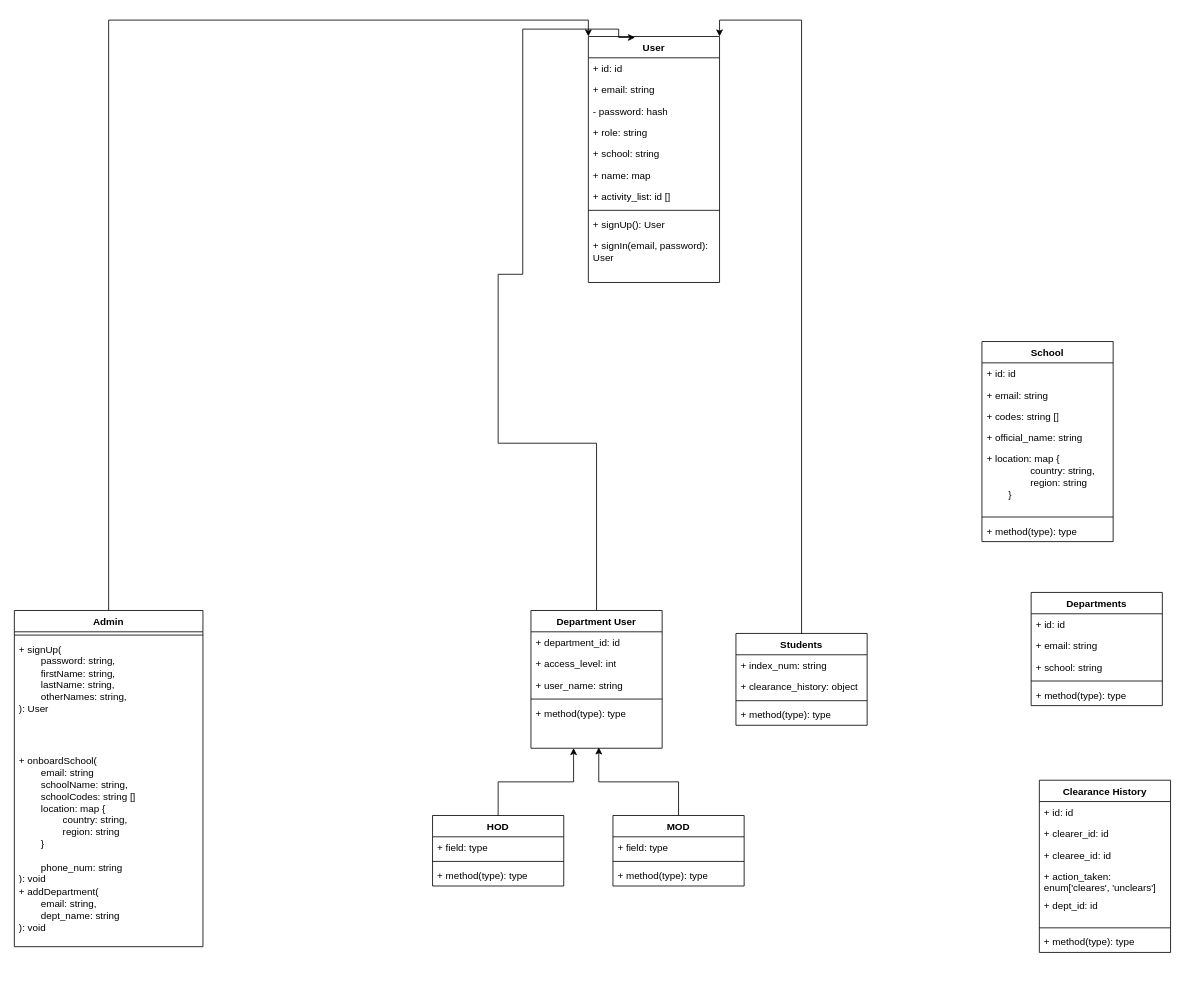
Reneboa-ITS/diagrams keeps this draw.io diagram as page "class diagramsssss" (2 of 2) of clearappuml.drawio. Above is the earlier version. Source tidied: cells renumbered, new cells numbered last; positions are measured from the earlier drawing's top-left corner, leaving out a move shared by most shapes. Both pictures are drawn from the tidied source at 82%, with x=0, y=0 at pixel (14, 29).
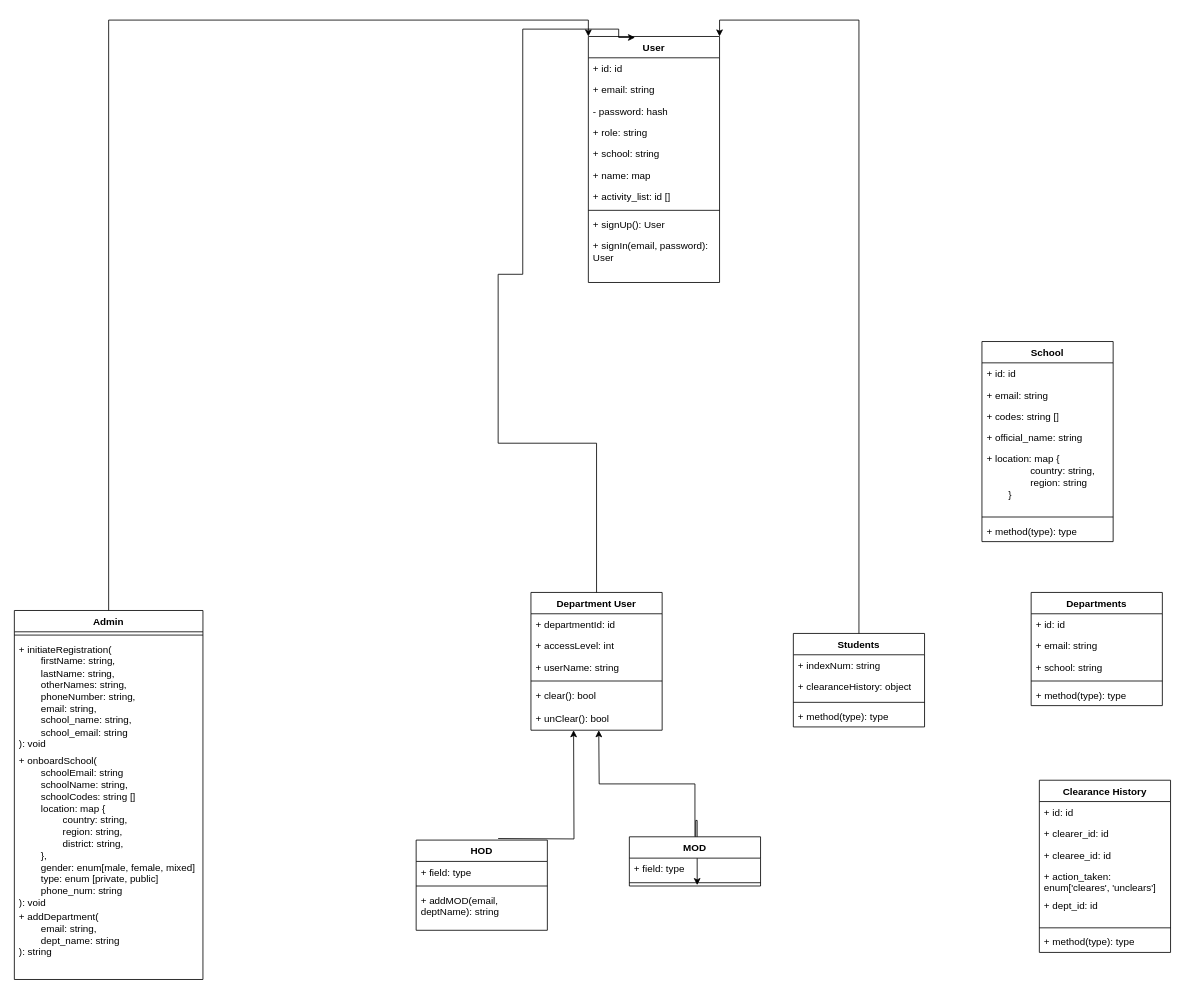
The same page after the edit.

Diff of the diagram source:
```diff
@@
     <mxCell id="13" value="Admin" style="swimlane;fontStyle=1;align=center;verticalAlign=top;horizontal=1;startSize=26;whiteSpace=wrap;html=1;" parent="1" vertex="1">
-      <mxGeometry y="709" width="230" height="410" as="geometry" />
+      <mxGeometry y="709" width="230" height="450" as="geometry" />
     </mxCell>
@@
-    <mxCell id="15" value="+ signUp(&amp;nbsp;&lt;span style=&quot;background-color: initial;&quot;&gt;&amp;nbsp;&lt;/span&gt;&lt;div&gt;&lt;div&gt;&lt;span style=&quot;white-space: pre;&quot;&gt;&#9;&lt;/span&gt;password: string,&lt;div&gt;&amp;nbsp;&lt;span style=&quot;white-space: pre;&quot;&gt;&#9;&lt;/span&gt;firstName: string,&amp;nbsp;&lt;/div&gt;&lt;div&gt;&lt;span style=&quot;white-space: pre;&quot;&gt;&#9;&lt;/span&gt;lastName: string,&lt;/div&gt;&lt;div&gt;&amp;nbsp;&lt;span style=&quot;white-space: pre;&quot;&gt;&#9;&lt;/span&gt;otherNames: string,&amp;nbsp;&lt;/div&gt;&lt;div&gt;): User&lt;/div&gt;&lt;/div&gt;&lt;/div&gt;" style="text;strokeColor=none;fillColor=none;align=left;verticalAlign=top;spacingLeft=4;spacingRight=4;overflow=hidden;whiteSpace=wrap;html=1;" parent="13" vertex="1">
+    <mxCell id="15" value="+ initiateRegistration(&amp;nbsp;&lt;span style=&quot;background-color: initial;&quot;&gt;&amp;nbsp;&lt;/span&gt;&lt;div&gt;&lt;div&gt;&amp;nbsp;&lt;span style=&quot;white-space: pre;&quot;&gt;&#9;&lt;/span&gt;firstName: string,&amp;nbsp;&lt;/div&gt;&lt;div&gt;&lt;span style=&quot;white-space: pre;&quot;&gt;&#9;&lt;/span&gt;lastName: string,&lt;/div&gt;&lt;div&gt;&amp;nbsp;&lt;span style=&quot;white-space: pre;&quot;&gt;&#9;&lt;/span&gt;otherNames: string,&lt;/div&gt;&lt;div&gt;&lt;span style=&quot;white-space: pre;&quot;&gt;&#9;&lt;/span&gt;phoneNumber: string,&lt;/div&gt;&lt;div&gt;&lt;span style=&quot;white-space: pre;&quot;&gt;&#9;&lt;/span&gt;email: string,&lt;/div&gt;&lt;div&gt;&lt;span style=&quot;white-space: pre;&quot;&gt;&#9;&lt;/span&gt;school_name: string,&lt;br&gt;&lt;/div&gt;&lt;div&gt;&lt;span style=&quot;white-space: pre;&quot;&gt;&#9;&lt;/span&gt;school_email: string&lt;br&gt;&lt;/div&gt;&lt;div&gt;): void&lt;/div&gt;&lt;/div&gt;" style="text;strokeColor=none;fillColor=none;align=left;verticalAlign=top;spacingLeft=4;spacingRight=4;overflow=hidden;whiteSpace=wrap;html=1;" parent="13" vertex="1">
       <mxGeometry y="34" width="230" height="136" as="geometry" />
     </mxCell>
-    <mxCell id="16" value="+ onboardSchool(&amp;nbsp;&lt;div&gt;&lt;span style=&quot;white-space: pre;&quot;&gt;&#9;&lt;/span&gt;email: string&lt;br&gt;&lt;div&gt;&lt;div&gt;&lt;div&gt;&amp;nbsp;&lt;span style=&quot;white-space: pre;&quot;&gt;&#9;&lt;/span&gt;schoolName: string,&amp;nbsp;&lt;/div&gt;&lt;div&gt;&lt;span style=&quot;white-space: pre;&quot;&gt;&#9;&lt;/span&gt;schoolCodes: string []&lt;/div&gt;&lt;div&gt;&lt;span style=&quot;white-space: pre;&quot;&gt;&#9;&lt;/span&gt;location: map {&lt;/div&gt;&lt;div&gt;&lt;span style=&quot;white-space: pre;&quot;&gt;&#9;&lt;span style=&quot;white-space: pre;&quot;&gt;&#9;&lt;/span&gt;c&lt;/span&gt;ountry: string,&lt;/div&gt;&lt;div&gt;&lt;span style=&quot;white-space: pre;&quot;&gt;&#9;&lt;/span&gt;&lt;span style=&quot;white-space: pre;&quot;&gt;&#9;&lt;/span&gt;region: string&lt;br&gt;&lt;/div&gt;&lt;div&gt;&lt;span style=&quot;white-space: pre;&quot;&gt;&#9;&lt;/span&gt;}&lt;br&gt;&lt;/div&gt;&lt;div&gt;&amp;nbsp;&lt;span style=&quot;white-space: pre;&quot;&gt;&#9;&lt;/span&gt;&lt;/div&gt;&lt;div&gt;&lt;span style=&quot;white-space: pre;&quot;&gt;&#9;&lt;/span&gt;phone_num: string&amp;nbsp;&lt;/div&gt;&lt;div&gt;): void&lt;/div&gt;&lt;/div&gt;&lt;/div&gt;&lt;/div&gt;" style="text;strokeColor=none;fillColor=none;align=left;verticalAlign=top;spacingLeft=4;spacingRight=4;overflow=hidden;whiteSpace=wrap;html=1;" parent="13" vertex="1">
-      <mxGeometry y="170" width="230" height="160" as="geometry" />
+    <mxCell id="16" value="+ onboardSchool(&amp;nbsp;&lt;div&gt;&lt;span style=&quot;white-space: pre;&quot;&gt;&#9;&lt;/span&gt;schoolEmail: string&lt;br&gt;&lt;div&gt;&lt;div&gt;&lt;div&gt;&amp;nbsp;&lt;span style=&quot;white-space: pre;&quot;&gt;&#9;&lt;/span&gt;schoolName: string,&amp;nbsp;&lt;/div&gt;&lt;div&gt;&lt;span style=&quot;white-space: pre;&quot;&gt;&#9;&lt;/span&gt;schoolCodes: string []&lt;/div&gt;&lt;div&gt;&lt;span style=&quot;white-space: pre;&quot;&gt;&#9;&lt;/span&gt;location: map {&lt;/div&gt;&lt;div&gt;&lt;span style=&quot;white-space: pre;&quot;&gt;&#9;&lt;span style=&quot;white-space: pre;&quot;&gt;&#9;&lt;/span&gt;c&lt;/span&gt;ountry: string,&lt;/div&gt;&lt;div&gt;&lt;span style=&quot;white-space: pre;&quot;&gt;&#9;&lt;/span&gt;&lt;span style=&quot;white-space: pre;&quot;&gt;&#9;&lt;/span&gt;region: string,&lt;br&gt;&lt;/div&gt;&lt;div&gt;&lt;span style=&quot;white-space: pre;&quot;&gt;&#9;&lt;/span&gt;&lt;span style=&quot;white-space: pre;&quot;&gt;&#9;&lt;/span&gt;district: string,&lt;br&gt;&lt;/div&gt;&lt;div&gt;&lt;span style=&quot;white-space: pre;&quot;&gt;&#9;&lt;/span&gt;},&lt;br&gt;&lt;/div&gt;&lt;div&gt;&lt;span style=&quot;white-space: pre;&quot;&gt;&#9;&lt;/span&gt;gender: enum[male, female, mixed]&lt;/div&gt;&lt;div&gt;&amp;nbsp;&lt;span style=&quot;white-space: pre;&quot;&gt;&#9;&lt;/span&gt;type: enum [private, public]&lt;/div&gt;&lt;div&gt;&lt;span style=&quot;white-space: pre;&quot;&gt;&#9;&lt;/span&gt;phone_num: string&amp;nbsp;&lt;/div&gt;&lt;div&gt;): void&lt;/div&gt;&lt;/div&gt;&lt;/div&gt;&lt;/div&gt;" style="text;strokeColor=none;fillColor=none;align=left;verticalAlign=top;spacingLeft=4;spacingRight=4;overflow=hidden;whiteSpace=wrap;html=1;" parent="13" vertex="1">
+      <mxGeometry y="170" width="230" height="190" as="geometry" />
     </mxCell>
-    <mxCell id="17" value="+ addDepartment(&amp;nbsp;&lt;div&gt;&lt;div&gt;&amp;nbsp;&lt;span style=&quot;white-space: pre;&quot;&gt;&#9;&lt;/span&gt;email: string,&amp;nbsp;&lt;/div&gt;&lt;div&gt;&lt;span style=&quot;white-space: pre;&quot;&gt;&#9;&lt;/span&gt;dept_name: string&lt;/div&gt;&lt;div&gt;): void&lt;/div&gt;&lt;/div&gt;" style="text;strokeColor=none;fillColor=none;align=left;verticalAlign=top;spacingLeft=4;spacingRight=4;overflow=hidden;whiteSpace=wrap;html=1;" parent="13" vertex="1">
-      <mxGeometry y="330" width="230" height="80" as="geometry" />
+    <mxCell id="17" value="+ addDepartment(&amp;nbsp;&lt;div&gt;&lt;div&gt;&amp;nbsp;&lt;span style=&quot;white-space: pre;&quot;&gt;&#9;&lt;/span&gt;email: string,&amp;nbsp;&lt;/div&gt;&lt;div&gt;&lt;span style=&quot;white-space: pre;&quot;&gt;&#9;&lt;/span&gt;dept_name: string&lt;/div&gt;&lt;div&gt;): string&lt;/div&gt;&lt;/div&gt;" style="text;strokeColor=none;fillColor=none;align=left;verticalAlign=top;spacingLeft=4;spacingRight=4;overflow=hidden;whiteSpace=wrap;html=1;" parent="13" vertex="1">
+      <mxGeometry y="360" width="230" height="90" as="geometry" />
     </mxCell>
@@
     <mxCell id="19" value="Department User" style="swimlane;fontStyle=1;align=center;verticalAlign=top;horizontal=1;startSize=26;whiteSpace=wrap;html=1;" parent="1" vertex="1">
-      <mxGeometry x="630" y="709" width="160" height="168" as="geometry" />
+      <mxGeometry x="630" y="687" width="160" height="168" as="geometry" />
     </mxCell>
-    <mxCell id="20" value="+ department_id: id" style="text;strokeColor=none;fillColor=none;align=left;verticalAlign=top;spacingLeft=4;spacingRight=4;overflow=hidden;whiteSpace=wrap;html=1;" parent="19" vertex="1">
+    <mxCell id="20" value="+ departmentId: id" style="text;strokeColor=none;fillColor=none;align=left;verticalAlign=top;spacingLeft=4;spacingRight=4;overflow=hidden;whiteSpace=wrap;html=1;" parent="19" vertex="1">
       <mxGeometry y="26" width="160" height="26" as="geometry" />
     </mxCell>
-    <mxCell id="21" value="+ access_level: int" style="text;strokeColor=none;fillColor=none;align=left;verticalAlign=top;spacingLeft=4;spacingRight=4;overflow=hidden;whiteSpace=wrap;html=1;" parent="19" vertex="1">
+    <mxCell id="21" value="+ accessLevel: int" style="text;strokeColor=none;fillColor=none;align=left;verticalAlign=top;spacingLeft=4;spacingRight=4;overflow=hidden;whiteSpace=wrap;html=1;" parent="19" vertex="1">
       <mxGeometry y="52" width="160" height="26" as="geometry" />
     </mxCell>
-    <mxCell id="22" value="+ user_name: string" style="text;strokeColor=none;fillColor=none;align=left;verticalAlign=top;spacingLeft=4;spacingRight=4;overflow=hidden;whiteSpace=wrap;html=1;" parent="19" vertex="1">
+    <mxCell id="22" value="+ userName: string" style="text;strokeColor=none;fillColor=none;align=left;verticalAlign=top;spacingLeft=4;spacingRight=4;overflow=hidden;whiteSpace=wrap;html=1;" parent="19" vertex="1">
       <mxGeometry y="78" width="160" height="26" as="geometry" />
     </mxCell>
@@
-    <mxCell id="24" value="+ method(type): type" style="text;strokeColor=none;fillColor=none;align=left;verticalAlign=top;spacingLeft=4;spacingRight=4;overflow=hidden;points=[[0,0.5],[1,0.5]];portConstraint=eastwest;whiteSpace=wrap;html=1;" parent="19" vertex="1">
-      <mxGeometry y="112" width="160" height="56" as="geometry" />
+    <mxCell id="24" value="+ clear(): bool" style="text;strokeColor=none;fillColor=none;align=left;verticalAlign=top;spacingLeft=4;spacingRight=4;overflow=hidden;points=[[0,0.5],[1,0.5]];portConstraint=eastwest;whiteSpace=wrap;html=1;" parent="19" vertex="1">
+      <mxGeometry y="112" width="160" height="28" as="geometry" />
     </mxCell>
+    <mxCell id="64" value="+ unClear(): bool" style="text;strokeColor=none;fillColor=none;align=left;verticalAlign=top;spacingLeft=4;spacingRight=4;overflow=hidden;whiteSpace=wrap;html=1;" parent="19" vertex="1">
+      <mxGeometry y="140" width="160" height="28" as="geometry" />
+    </mxCell>
     <mxCell id="25" value="Students" style="swimlane;fontStyle=1;align=center;verticalAlign=top;horizontal=1;startSize=26;whiteSpace=wrap;html=1;" parent="1" vertex="1">
-      <mxGeometry x="880" y="737" width="160" height="112" as="geometry" />
+      <mxGeometry x="950" y="737" width="160" height="114" as="geometry" />
     </mxCell>
-    <mxCell id="26" value="+ index_num: string" style="text;strokeColor=none;fillColor=none;align=left;verticalAlign=top;spacingLeft=4;spacingRight=4;overflow=hidden;whiteSpace=wrap;html=1;" parent="25" vertex="1">
+    <mxCell id="26" value="+ indexNum: string" style="text;strokeColor=none;fillColor=none;align=left;verticalAlign=top;spacingLeft=4;spacingRight=4;overflow=hidden;whiteSpace=wrap;html=1;" parent="25" vertex="1">
       <mxGeometry y="26" width="160" height="26" as="geometry" />
     </mxCell>
-    <mxCell id="27" value="+ clearance_history: object" style="text;strokeColor=none;fillColor=none;align=left;verticalAlign=top;spacingLeft=4;spacingRight=4;overflow=hidden;whiteSpace=wrap;html=1;" parent="25" vertex="1">
-      <mxGeometry y="52" width="160" height="26" as="geometry" />
+    <mxCell id="27" value="+ clearanceHistory: object" style="text;strokeColor=none;fillColor=none;align=left;verticalAlign=top;spacingLeft=4;spacingRight=4;overflow=hidden;whiteSpace=wrap;html=1;" parent="25" vertex="1">
+      <mxGeometry y="52" width="160" height="28" as="geometry" />
     </mxCell>
     <mxCell id="28" style="line;strokeWidth=1;fillColor=none;align=left;verticalAlign=middle;spacingTop=-1;spacingLeft=3;spacingRight=3;labelPosition=right;strokeColor=inherit;" parent="25" vertex="1">
-      <mxGeometry y="78" width="160" height="8" as="geometry" />
+      <mxGeometry y="80" width="160" height="8" as="geometry" />
     </mxCell>
     <mxCell id="29" value="+ method(type): type" style="text;strokeColor=none;fillColor=none;align=left;verticalAlign=top;spacingLeft=4;spacingRight=4;overflow=hidden;whiteSpace=wrap;html=1;" parent="25" vertex="1">
-      <mxGeometry y="86" width="160" height="26" as="geometry" />
+      <mxGeometry y="88" width="160" height="26" as="geometry" />
     </mxCell>
@@
     <mxCell id="46" value="HOD" style="swimlane;fontStyle=1;align=center;verticalAlign=top;horizontal=1;startSize=26;whiteSpace=wrap;html=1;" parent="1" vertex="1">
-      <mxGeometry x="510" y="959" width="160" height="86" as="geometry" />
+      <mxGeometry x="490" y="989" width="160" height="110" as="geometry" />
     </mxCell>
@@
-    <mxCell id="49" value="+ method(type): type" style="text;strokeColor=none;fillColor=none;align=left;verticalAlign=top;spacingLeft=4;spacingRight=4;overflow=hidden;whiteSpace=wrap;html=1;" parent="46" vertex="1">
-      <mxGeometry y="60" width="160" height="26" as="geometry" />
+    <mxCell id="49" value="+ addMOD(email, deptName): string" style="text;strokeColor=none;fillColor=none;align=left;verticalAlign=top;spacingLeft=4;spacingRight=4;overflow=hidden;whiteSpace=wrap;html=1;" parent="46" vertex="1">
+      <mxGeometry y="60" width="160" height="50" as="geometry" />
     </mxCell>
-    <mxCell id="50" value="MOD" style="swimlane;fontStyle=1;align=center;verticalAlign=top;horizontal=1;startSize=26;whiteSpace=wrap;html=1;" parent="1" vertex="1">
-      <mxGeometry x="730" y="959" width="160" height="86" as="geometry" />
-    </mxCell>
-    <mxCell id="51" value="+ field: type" style="text;strokeColor=none;fillColor=none;align=left;verticalAlign=top;spacingLeft=4;spacingRight=4;overflow=hidden;whiteSpace=wrap;html=1;" parent="50" vertex="1">
-      <mxGeometry y="26" width="160" height="26" as="geometry" />
-    </mxCell>
-    <mxCell id="52" style="line;strokeWidth=1;fillColor=none;align=left;verticalAlign=middle;spacingTop=-1;spacingLeft=3;spacingRight=3;labelPosition=right;strokeColor=inherit;" parent="50" vertex="1">
-      <mxGeometry y="52" width="160" height="8" as="geometry" />
-    </mxCell>
-    <mxCell id="53" value="+ method(type): type" style="text;strokeColor=none;fillColor=none;align=left;verticalAlign=top;spacingLeft=4;spacingRight=4;overflow=hidden;whiteSpace=wrap;html=1;" parent="50" vertex="1">
-      <mxGeometry y="60" width="160" height="26" as="geometry" />
-    </mxCell>
-    <mxCell id="54" style="edgeStyle=orthogonalEdgeStyle;rounded=0;jettySize=auto;html=1;exitX=0.5;exitY=0;exitDx=0;exitDy=0;entryX=0.325;entryY=0.995;entryDx=0;entryDy=0;entryPerimeter=0;" parent="1" edge="1" source="46" target="24">
-      <mxGeometry relative="1" as="geometry" />
+    <mxCell id="54" style="edgeStyle=orthogonalEdgeStyle;rounded=0;orthogonalLoop=1;jettySize=auto;html=1;exitX=0.5;exitY=0;exitDx=0;exitDy=0;entryX=0.325;entryY=0.995;entryDx=0;entryDy=0;entryPerimeter=0;" parent="1" edge="1">
+      <mxGeometry relative="1" as="geometry">
+        <mxPoint x="590" y="987.1" as="sourcePoint" />
+        <mxPoint x="682" y="855" as="targetPoint" />
+      </mxGeometry>
     </mxCell>
-    <mxCell id="55" style="edgeStyle=orthogonalEdgeStyle;rounded=0;jettySize=auto;html=1;exitX=0.5;exitY=0;exitDx=0;exitDy=0;entryX=0.517;entryY=0.982;entryDx=0;entryDy=0;entryPerimeter=0;" parent="1" edge="1" source="50" target="24">
-      <mxGeometry relative="1" as="geometry" />
+    <mxCell id="55" style="edgeStyle=orthogonalEdgeStyle;rounded=0;jettySize=auto;html=1;exitX=0.5;exitY=0;exitDx=0;exitDy=0;entryX=0.517;entryY=0.982;entryDx=0;entryDy=0;entryPerimeter=0;" parent="1" edge="1" source="50">
+      <mxGeometry relative="1" as="geometry">
+        <mxPoint x="712.7" y="855" as="targetPoint" />
+      </mxGeometry>
     </mxCell>
@@
+    <mxCell id="65" style="edgeStyle=orthogonalEdgeStyle;rounded=0;jettySize=auto;html=1;exitX=0.5;exitY=0;exitDx=0;exitDy=0;entryX=0.517;entryY=0.982;entryDx=0;entryDy=0;entryPerimeter=0;" parent="1" edge="1" target="50">
+      <mxGeometry relative="1" as="geometry">
+        <mxPoint x="810" y="987.5" as="sourcePoint" />
+      </mxGeometry>
+    </mxCell>
+    <mxCell id="50" value="MOD" style="swimlane;fontStyle=1;align=center;verticalAlign=top;horizontal=1;startSize=26;whiteSpace=wrap;html=1;" parent="1" vertex="1">
+      <mxGeometry x="750" y="985" width="160" height="60" as="geometry" />
+    </mxCell>
+    <mxCell id="51" value="+ field: type" style="text;strokeColor=none;fillColor=none;align=left;verticalAlign=top;spacingLeft=4;spacingRight=4;overflow=hidden;whiteSpace=wrap;html=1;" parent="50" vertex="1">
+      <mxGeometry y="26" width="160" height="26" as="geometry" />
+    </mxCell>
+    <mxCell id="52" style="line;strokeWidth=1;fillColor=none;align=left;verticalAlign=middle;spacingTop=-1;spacingLeft=3;spacingRight=3;labelPosition=right;strokeColor=inherit;" parent="50" vertex="1">
+      <mxGeometry y="52" width="160" height="8" as="geometry" />
+    </mxCell>
```
